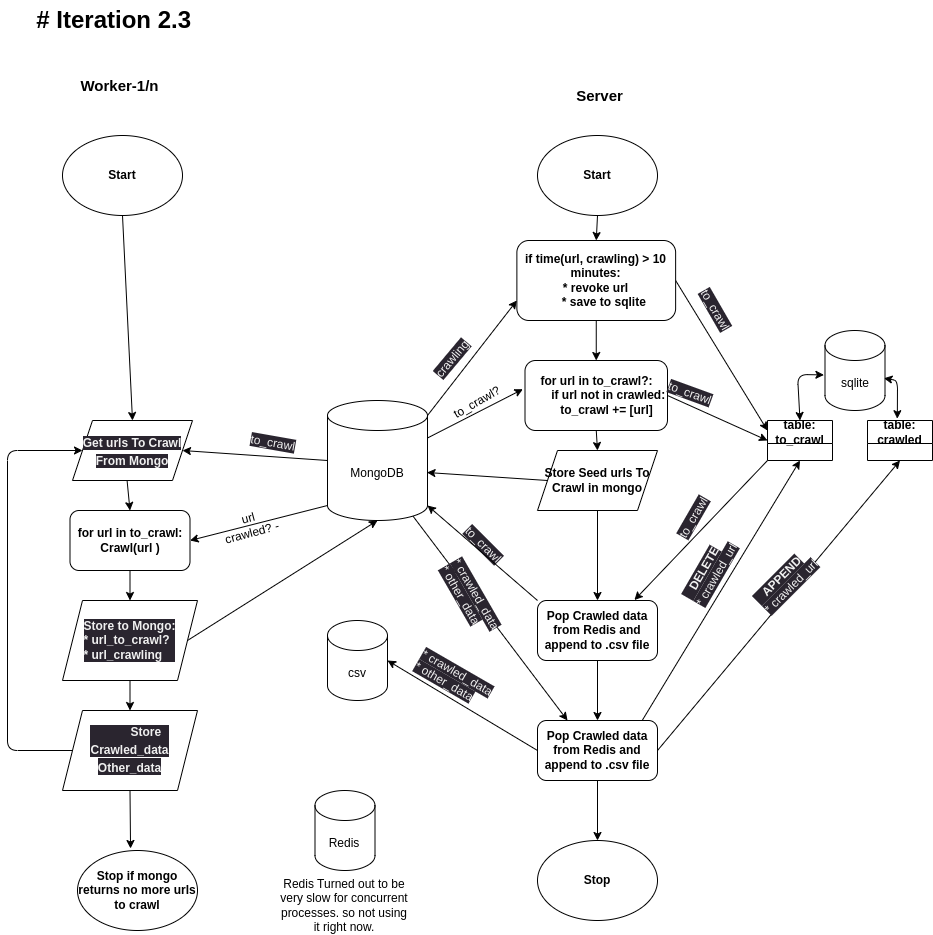
Aananda-giri/scrapy_engine keeps this draw.io diagram as server/workflow.png. Above is the earlier version. Source tidied: cells renumbered, new cells last; positions are measured from the earlier drawing's top-left corner, leaving out a move shared by most shapes.
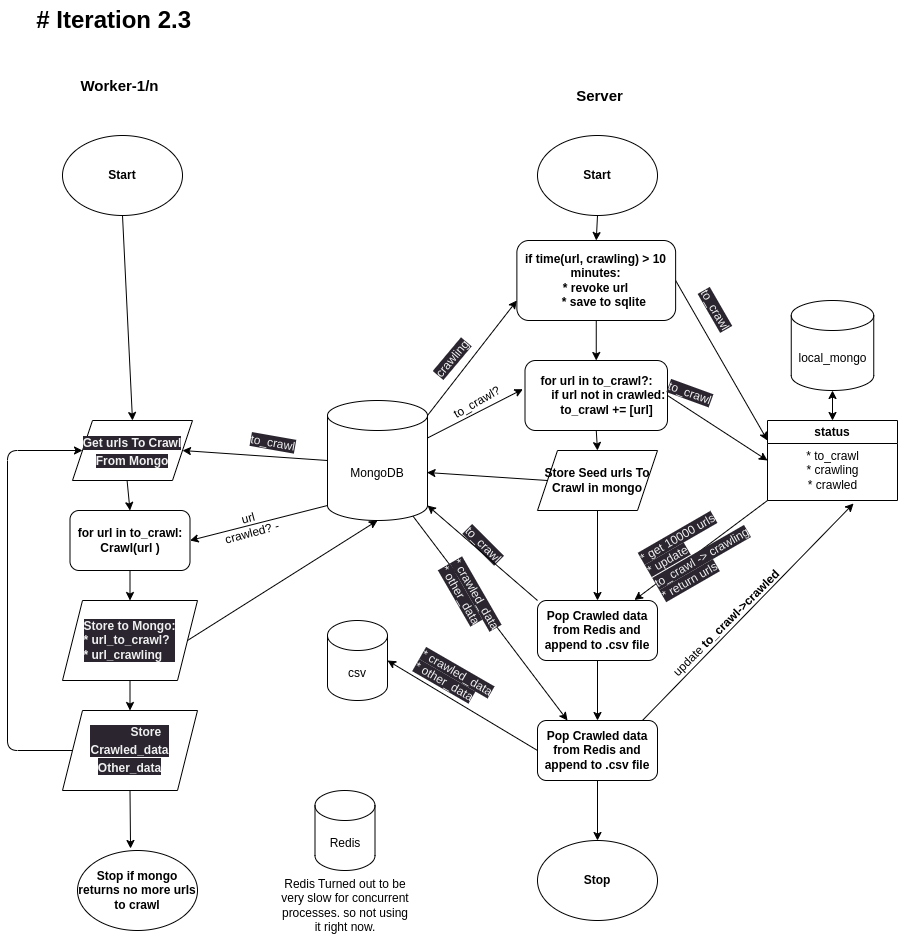
Later version of the same file.

Diff of the diagram source:
```diff
@@ -38,10 +38,7 @@
     <mxCell id="13" style="edgeStyle=none;html=1;exitX=0;exitY=0.5;exitDx=0;exitDy=0;entryX=1;entryY=0.5;entryDx=0;entryDy=0;entryPerimeter=0;" parent="1" edge="1" source="16" target="47">
       <mxGeometry relative="1" as="geometry" />
     </mxCell>
-    <mxCell id="14" style="edgeStyle=none;html=1;exitX=1;exitY=0.5;exitDx=0;exitDy=0;entryX=0.5;entryY=1;entryDx=0;entryDy=0;" parent="1" edge="1" source="16" target="43">
-      <mxGeometry relative="1" as="geometry" />
-    </mxCell>
-    <mxCell id="15" style="edgeStyle=none;html=1;exitX=0.869;exitY=0.011;exitDx=0;exitDy=0;entryX=0.5;entryY=1;entryDx=0;entryDy=0;exitPerimeter=0;" parent="1" edge="1" source="16" target="42">
+    <mxCell id="15" style="edgeStyle=none;html=1;exitX=0.869;exitY=0.011;exitDx=0;exitDy=0;entryX=0.763;entryY=1.05;entryDx=0;entryDy=0;exitPerimeter=0;entryPerimeter=0;" parent="1" edge="1" source="16" target="65">
       <mxGeometry relative="1" as="geometry" />
     </mxCell>
     <mxCell id="16" value="Pop Crawled data from Redis and append to .csv file" style="rounded=1;whiteSpace=wrap;html=1;fontStyle=1;" parent="1" vertex="1">
@@ -115,8 +112,8 @@
     <mxCell id="37" value="# Iteration 2.3" style="text;strokeColor=none;fillColor=none;html=1;fontSize=24;fontStyle=1;verticalAlign=middle;align=right;" parent="1" vertex="1">
       <mxGeometry x="35" width="150" height="40" as="geometry" />
     </mxCell>
-    <mxCell id="38" value="sqlite" style="shape=cylinder3;whiteSpace=wrap;html=1;boundedLbl=1;backgroundOutline=1;size=15;" parent="1" vertex="1">
-      <mxGeometry x="817.5" y="330" width="60" height="80" as="geometry" />
+    <mxCell id="38" value="local_mongo" style="shape=cylinder3;whiteSpace=wrap;html=1;boundedLbl=1;backgroundOutline=1;size=15;" parent="1" vertex="1">
+      <mxGeometry x="783.8" y="300" width="82.5" height="90" as="geometry" />
     </mxCell>
     <mxCell id="39" value="&lt;span style=&quot;color: rgb(240, 240, 240); font-family: Helvetica; font-size: 12px; font-style: normal; font-variant-ligatures: normal; font-variant-caps: normal; font-weight: 400; letter-spacing: normal; orphans: 2; text-align: center; text-indent: 0px; text-transform: none; widows: 2; word-spacing: 0px; -webkit-text-stroke-width: 0px; background-color: rgb(42, 37, 47); text-decoration-thickness: initial; text-decoration-style: initial; text-decoration-color: initial; float: none; display: inline !important;&quot;&gt;to_crawl&lt;br&gt;&lt;br&gt;&lt;/span&gt;" style="text;whiteSpace=wrap;html=1;rotation=45;" parent="1" vertex="1">
       <mxGeometry x="451.8" y="533.7" width="55" height="25" as="geometry" />
@@ -127,26 +124,12 @@
     <mxCell id="41" style="edgeStyle=none;html=1;exitX=0;exitY=1;exitDx=0;exitDy=0;entryX=0.808;entryY=-0.008;entryDx=0;entryDy=0;entryPerimeter=0;" parent="1" edge="1" source="42" target="52">
       <mxGeometry relative="1" as="geometry" />
     </mxCell>
-    <mxCell id="42" value="table: to_crawl" style="swimlane;whiteSpace=wrap;html=1;" parent="1" vertex="1">
-      <mxGeometry x="760" y="420" width="65" height="40" as="geometry" />
+    <mxCell id="42" value="status" style="swimlane;whiteSpace=wrap;html=1;startSize=23;" parent="1" vertex="1">
+      <mxGeometry x="760" y="420" width="130" height="80" as="geometry" />
     </mxCell>
-    <mxCell id="43" value="table: crawled" style="swimlane;whiteSpace=wrap;html=1;" parent="1" vertex="1">
-      <mxGeometry x="860" y="420" width="65" height="40" as="geometry" />
-    </mxCell>
-    <mxCell id="44" style="endArrow=classic;startArrow=classic;html=1;exitX=-0.018;exitY=0.555;exitDx=0;exitDy=0;exitPerimeter=0;entryX=0.5;entryY=0;entryDx=0;entryDy=0;" parent="1" edge="1" source="38" target="42">
-      <mxGeometry relative="1" as="geometry">
-        <Array as="points">
-          <mxPoint x="790" y="374" />
-        </Array>
-      </mxGeometry>
-    </mxCell>
-    <mxCell id="45" style="endArrow=classic;startArrow=classic;html=1;exitX=0.982;exitY=0.597;exitDx=0;exitDy=0;exitPerimeter=0;entryX=0.459;entryY=-0.045;entryDx=0;entryDy=0;entryPerimeter=0;" parent="1" edge="1" source="38" target="43">
-      <mxGeometry relative="1" as="geometry">
-        <Array as="points">
-          <mxPoint x="890" y="380" />
-        </Array>
-      </mxGeometry>
-    </mxCell>
+    <mxCell id="65" value="* to_crawl&lt;br&gt;* crawling&lt;br&gt;* crawled" style="text;html=1;align=center;verticalAlign=middle;points=[];strokeColor=none;fillColor=none;" parent="42" vertex="1">
+      <mxGeometry x="25" y="20" width="80" height="60" as="geometry" />
+    </mxCell>
     <mxCell id="46" value="&lt;span style=&quot;color: rgb(240, 240, 240); font-family: Helvetica; font-size: 12px; font-style: normal; font-variant-ligatures: normal; font-variant-caps: normal; font-weight: 400; letter-spacing: normal; orphans: 2; text-align: center; text-indent: 0px; text-transform: none; widows: 2; word-spacing: 0px; -webkit-text-stroke-width: 0px; background-color: rgb(42, 37, 47); text-decoration-thickness: initial; text-decoration-style: initial; text-decoration-color: initial; float: none; display: inline !important;&quot;&gt;* crawled_data&lt;br&gt;* other_data&lt;br&gt;&lt;br&gt;&lt;br&gt;&lt;/span&gt;" style="text;whiteSpace=wrap;html=1;rotation=30;" parent="1" vertex="1">
       <mxGeometry x="405" y="660" width="90" height="40" as="geometry" />
     </mxCell>
@@ -156,11 +139,8 @@
     <mxCell id="48" value="&lt;span style=&quot;color: rgb(240, 240, 240); font-family: Helvetica; font-size: 12px; font-style: normal; font-variant-ligatures: normal; font-variant-caps: normal; font-weight: 400; letter-spacing: normal; orphans: 2; text-align: center; text-indent: 0px; text-transform: none; widows: 2; word-spacing: 0px; -webkit-text-stroke-width: 0px; background-color: rgb(42, 37, 47); text-decoration-thickness: initial; text-decoration-style: initial; text-decoration-color: initial; float: none; display: inline !important;&quot;&gt;* crawled_data&lt;br&gt;* other_data&lt;br&gt;&lt;br&gt;&lt;br&gt;&lt;/span&gt;" style="text;whiteSpace=wrap;html=1;rotation=60;" parent="1" vertex="1">
       <mxGeometry x="420" y="580" width="90" height="40" as="geometry" />
     </mxCell>
-    <mxCell id="49" value="&lt;span style=&quot;color: rgb(240, 240, 240); font-family: Helvetica; font-size: 12px; font-style: normal; font-variant-ligatures: normal; font-variant-caps: normal; letter-spacing: normal; orphans: 2; text-align: center; text-indent: 0px; text-transform: none; widows: 2; word-spacing: 0px; -webkit-text-stroke-width: 0px; background-color: rgb(42, 37, 47); text-decoration-thickness: initial; text-decoration-style: initial; text-decoration-color: initial; float: none; display: inline !important;&quot;&gt;&lt;b&gt;&amp;nbsp; &amp;nbsp;APPEND&lt;/b&gt;&lt;br&gt;* crawled_url&lt;/span&gt;" style="text;whiteSpace=wrap;html=1;rotation=-45;" parent="1" vertex="1">
-      <mxGeometry x="737.5" y="560" width="80" height="30" as="geometry" />
-    </mxCell>
-    <mxCell id="50" value="&lt;span style=&quot;color: rgb(240, 240, 240); font-family: Helvetica; font-size: 12px; font-style: normal; font-variant-ligatures: normal; font-variant-caps: normal; letter-spacing: normal; orphans: 2; text-align: center; text-indent: 0px; text-transform: none; widows: 2; word-spacing: 0px; -webkit-text-stroke-width: 0px; background-color: rgb(42, 37, 47); text-decoration-thickness: initial; text-decoration-style: initial; text-decoration-color: initial; float: none; display: inline !important;&quot;&gt;&lt;b&gt;&amp;nbsp; &amp;nbsp;DELETE&lt;/b&gt;&lt;br&gt;* crawled_url&lt;/span&gt;" style="text;whiteSpace=wrap;html=1;rotation=-60;" parent="1" vertex="1">
-      <mxGeometry x="660" y="550" width="80" height="30" as="geometry" />
+    <mxCell id="50" value="&lt;div style=&quot;text-align: center;&quot;&gt;&lt;span style=&quot;background-color: initial;&quot;&gt;update&amp;nbsp;&lt;b&gt;to_crawl-&amp;gt;crawled&lt;/b&gt;&lt;/span&gt;&lt;/div&gt;" style="text;whiteSpace=wrap;html=1;rotation=-45;" parent="1" vertex="1">
+      <mxGeometry x="633.8" y="600" width="180" height="10" as="geometry" />
     </mxCell>
     <mxCell id="51" style="edgeStyle=none;html=1;exitX=0;exitY=0;exitDx=0;exitDy=0;entryX=1;entryY=1;entryDx=0;entryDy=-15;entryPerimeter=0;" parent="1" edge="1" source="52" target="27">
       <mxGeometry relative="1" as="geometry" />
@@ -168,8 +148,8 @@
     <mxCell id="52" value="Pop Crawled data from Redis and append to .csv file" style="rounded=1;whiteSpace=wrap;html=1;fontStyle=1;" parent="1" vertex="1">
       <mxGeometry x="530" y="600" width="120" height="60" as="geometry" />
     </mxCell>
-    <mxCell id="53" value="&lt;span style=&quot;color: rgb(240, 240, 240); font-family: Helvetica; font-size: 12px; font-style: normal; font-variant-ligatures: normal; font-variant-caps: normal; font-weight: 400; letter-spacing: normal; orphans: 2; text-align: center; text-indent: 0px; text-transform: none; widows: 2; word-spacing: 0px; -webkit-text-stroke-width: 0px; background-color: rgb(42, 37, 47); text-decoration-thickness: initial; text-decoration-style: initial; text-decoration-color: initial; float: none; display: inline !important;&quot;&gt;to_crawl&lt;br&gt;&lt;br&gt;&lt;/span&gt;" style="text;whiteSpace=wrap;html=1;rotation=-60;" parent="1" vertex="1">
-      <mxGeometry x="663.8" y="503.7" width="46.2" height="30" as="geometry" />
+    <mxCell id="53" value="&lt;span style=&quot;color: rgb(240, 240, 240); font-family: Helvetica; font-size: 12px; font-style: normal; font-variant-ligatures: normal; font-variant-caps: normal; font-weight: 400; letter-spacing: normal; orphans: 2; text-align: center; text-indent: 0px; text-transform: none; widows: 2; word-spacing: 0px; -webkit-text-stroke-width: 0px; background-color: rgb(42, 37, 47); text-decoration-thickness: initial; text-decoration-style: initial; text-decoration-color: initial; float: none; display: inline !important;&quot;&gt;* get 10000 urls&lt;br&gt;* update&lt;br&gt;to_crawl -&amp;gt; crawling&lt;br&gt;* return urls&lt;br&gt;&lt;br&gt;&lt;/span&gt;" style="text;whiteSpace=wrap;html=1;rotation=-30;" parent="1" vertex="1">
+      <mxGeometry x="633.8" y="515" width="116.2" height="65" as="geometry" />
     </mxCell>
     <mxCell id="54" style="edgeStyle=none;html=1;exitX=0.5;exitY=1;exitDx=0;exitDy=0;entryX=0.5;entryY=0;entryDx=0;entryDy=0;" parent="1" edge="1" source="56" target="21">
       <mxGeometry relative="1" as="geometry" />
@@ -204,5 +184,8 @@
     <mxCell id="64" value="&lt;span style=&quot;color: rgb(240, 240, 240); font-family: Helvetica; font-size: 12px; font-style: normal; font-variant-ligatures: normal; font-variant-caps: normal; font-weight: 400; letter-spacing: normal; orphans: 2; text-align: center; text-indent: 0px; text-transform: none; widows: 2; word-spacing: 0px; -webkit-text-stroke-width: 0px; background-color: rgb(42, 37, 47); text-decoration-thickness: initial; text-decoration-style: initial; text-decoration-color: initial; float: none; display: inline !important;&quot;&gt;to_crawl&lt;br&gt;&lt;br&gt;&lt;/span&gt;" style="text;whiteSpace=wrap;html=1;rotation=60;" parent="1" vertex="1">
       <mxGeometry x="680" y="300" width="60" height="30" as="geometry" />
     </mxCell>
+    <mxCell id="66" style="endArrow=classic;startArrow=classic;html=1;entryX=0.5;entryY=1;entryDx=0;entryDy=0;entryPerimeter=0;exitX=0.5;exitY=0;exitDx=0;exitDy=0;" parent="1" edge="1" source="42" target="38">
+      <mxGeometry relative="1" as="geometry" />
+    </mxCell>
   </root>
 </mxGraphModel>
```
